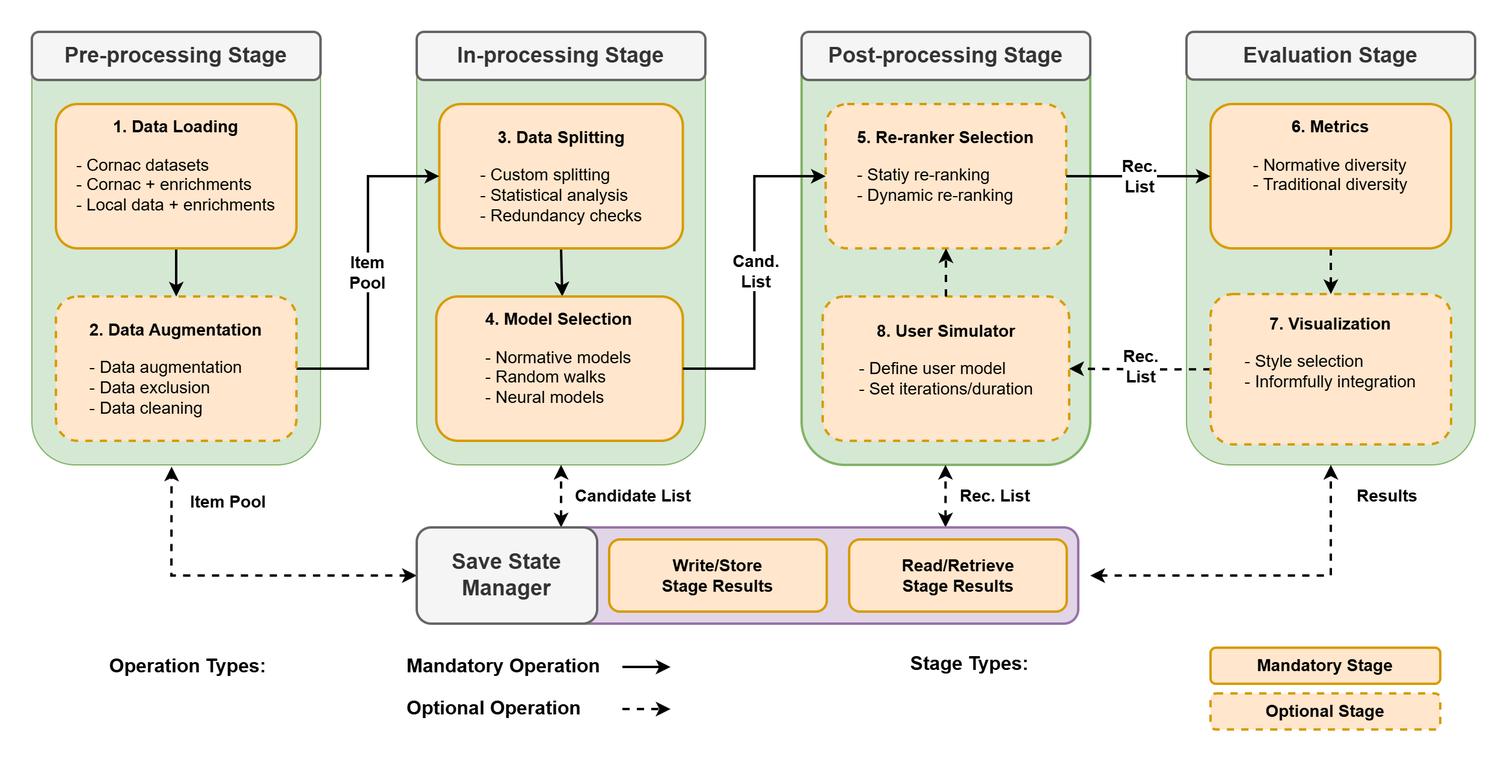
The draw.io diagram docs/source/img/extension_overview.png in Informfully/Documentation, before a commit. Source tidied: cells renumbered, new cells last; positions are measured from the earlier drawing's top-left corner, leaving out a move shared by most shapes.
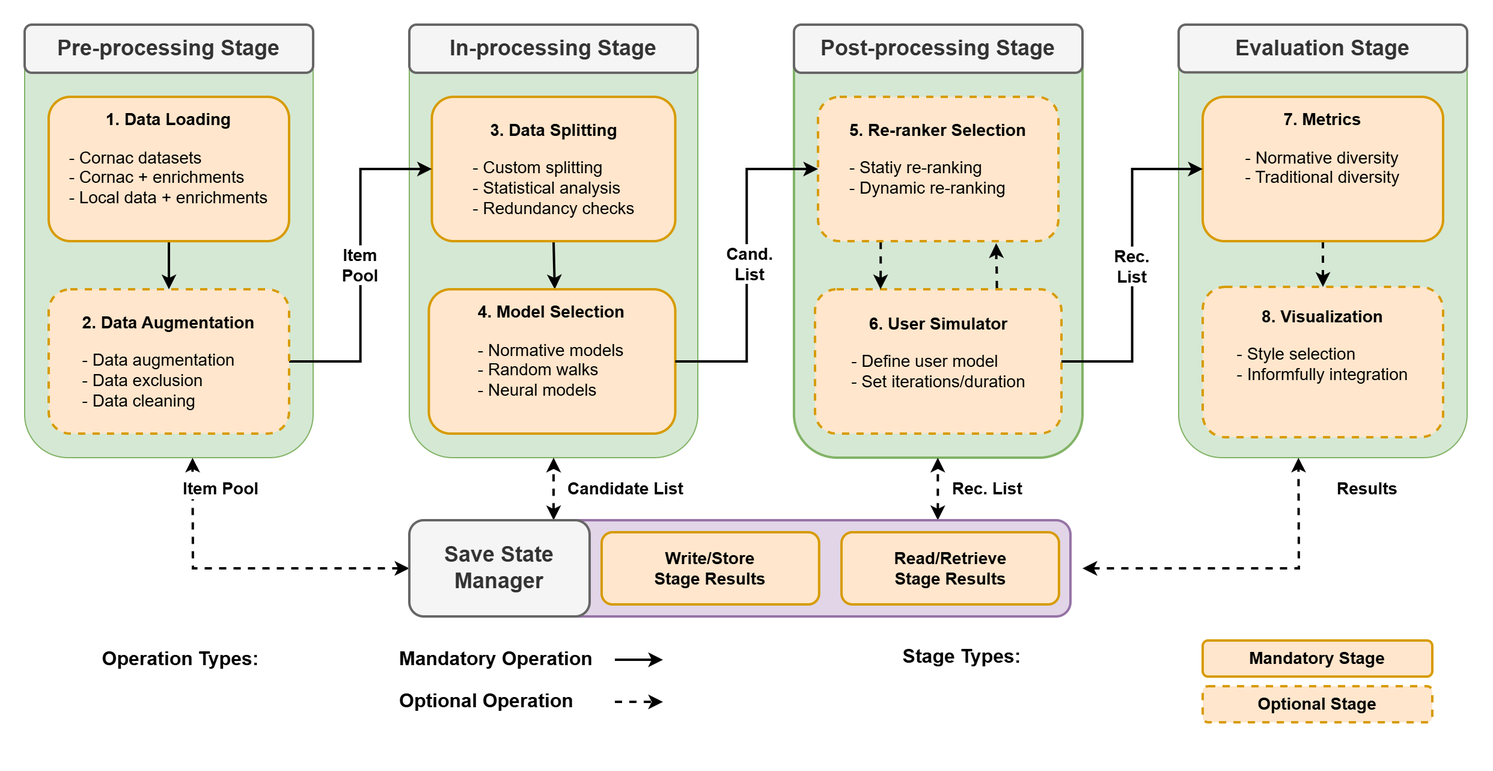
The same file after the commit.

Diff of the diagram source:
```diff
@@ -7,5 +7,5 @@
     </mxCell>
-    <mxCell id="3" style="rounded=1;whiteSpace=wrap;html=1;fillColor=#d5e8d4;strokeColor=#82b366;" parent="2" vertex="1">
-      <mxGeometry width="240" height="360" as="geometry" />
-    </mxCell>
+    <mxCell id="56" style="rounded=1;whiteSpace=wrap;html=1;fillColor=#d5e8d4;strokeColor=#82b366;" parent="2" vertex="1">
+      <mxGeometry width="240" height="360" as="geometry" />
+    </mxCell>
     <mxCell id="4" value="&lt;b&gt;&lt;font style=&quot;font-size: 18px&quot;&gt;Pre-processing Stage&lt;/font&gt;&lt;/b&gt;" style="rounded=1;whiteSpace=wrap;html=1;fillColor=#f5f5f5;strokeColor=#666666;fontColor=#333333;strokeWidth=2;" parent="2" vertex="1">
@@ -31,5 +31,16 @@
     </mxCell>
-    <mxCell id="11" value="&lt;b&gt;&lt;font&gt;&lt;font style=&quot;font-size: 14px&quot;&gt;8. User Simulator&lt;/font&gt;&lt;br&gt;&lt;/font&gt;&lt;/b&gt;&lt;b&gt;&lt;div style=&quot;text-align: left&quot;&gt;&lt;b&gt;&lt;br&gt;&lt;/b&gt;&lt;/div&gt;&lt;div style=&quot;text-align: left&quot;&gt;&lt;span style=&quot;background-color: transparent; color: light-dark(rgb(0, 0, 0), rgb(255, 255, 255)); font-weight: normal;&quot;&gt;&lt;font style=&quot;font-size: 14px;&quot;&gt;- Define user model&lt;/font&gt;&lt;/span&gt;&lt;/div&gt;&lt;/b&gt;&lt;div style=&quot;text-align: left&quot;&gt;&lt;font style=&quot;font-size: 14px;&quot;&gt;- Set iterations/duration&lt;/font&gt;&lt;/div&gt;&lt;div style=&quot;text-align: left&quot;&gt;&lt;br&gt;&lt;/div&gt;" style="rounded=1;whiteSpace=wrap;html=1;fillColor=#ffe6cc;strokeColor=#d79b00;dashed=1;strokeWidth=2;" parent="8" vertex="1">
-      <mxGeometry x="17.5" y="220" width="205" height="120" as="geometry" />
-    </mxCell>
+    <mxCell id="57" value="&lt;b&gt;&lt;font&gt;&lt;font style=&quot;font-size: 14px&quot;&gt;6. User Simulator&lt;/font&gt;&lt;br&gt;&lt;/font&gt;&lt;/b&gt;&lt;b&gt;&lt;div style=&quot;text-align: left&quot;&gt;&lt;b&gt;&lt;br&gt;&lt;/b&gt;&lt;/div&gt;&lt;div style=&quot;text-align: left&quot;&gt;&lt;span style=&quot;background-color: transparent; color: light-dark(rgb(0, 0, 0), rgb(255, 255, 255)); font-weight: normal;&quot;&gt;&lt;font style=&quot;font-size: 14px;&quot;&gt;- Define user model&lt;/font&gt;&lt;/span&gt;&lt;/div&gt;&lt;/b&gt;&lt;div style=&quot;text-align: left&quot;&gt;&lt;font style=&quot;font-size: 14px;&quot;&gt;- Set iterations/duration&lt;/font&gt;&lt;/div&gt;&lt;div style=&quot;text-align: left&quot;&gt;&lt;br&gt;&lt;/div&gt;" style="rounded=1;whiteSpace=wrap;html=1;fillColor=#ffe6cc;strokeColor=#d79b00;dashed=1;strokeWidth=2;" parent="8" vertex="1">
+      <mxGeometry x="17.5" y="220" width="205" height="120" as="geometry" />
+    </mxCell>
+    <mxCell id="58" style="edgeStyle=orthogonalEdgeStyle;rounded=0;orthogonalLoop=1;jettySize=auto;html=1;strokeWidth=2;dashed=1;" parent="8" edge="1">
+      <mxGeometry relative="1" as="geometry">
+        <mxPoint x="72.1" y="180.6" as="sourcePoint" />
+        <mxPoint x="72" y="220" as="targetPoint" />
+      </mxGeometry>
+    </mxCell>
+    <mxCell id="59" style="edgeStyle=orthogonalEdgeStyle;rounded=0;jettySize=auto;html=1;entryX=0.741;entryY=1.014;entryDx=0;entryDy=0;strokeWidth=2;dashed=1;entryPerimeter=0;" parent="8" edge="1" target="23">
+      <mxGeometry relative="1" as="geometry">
+        <mxPoint x="168.8" y="219" as="sourcePoint" />
+      </mxGeometry>
+    </mxCell>
     <mxCell id="12" style="group;strokeWidth=2;" parent="1" vertex="1">
@@ -37,5 +48,5 @@
     </mxCell>
-    <mxCell id="13" style="rounded=1;whiteSpace=wrap;html=1;fillColor=#d5e8d4;strokeColor=#82b366;" parent="12" vertex="1">
-      <mxGeometry width="240" height="360" as="geometry" />
-    </mxCell>
+    <mxCell id="60" style="rounded=1;whiteSpace=wrap;html=1;fillColor=#d5e8d4;strokeColor=#82b366;" parent="12" vertex="1">
+      <mxGeometry width="240" height="360" as="geometry" />
+    </mxCell>
     <mxCell id="14" value="&lt;b&gt;&lt;font style=&quot;font-size: 18px&quot;&gt;In-processing Stage&lt;/font&gt;&lt;/b&gt;" style="rounded=1;whiteSpace=wrap;html=1;fillColor=#f5f5f5;strokeColor=#666666;fontColor=#333333;strokeWidth=2;" parent="12" vertex="1">
@@ -43,10 +54,10 @@
     </mxCell>
-    <mxCell id="15" style="edgeStyle=orthogonalEdgeStyle;rounded=0;jettySize=auto;html=1;exitX=0.5;exitY=1;exitDx=0;exitDy=0;strokeWidth=2;" parent="12" edge="1" source="16">
-      <mxGeometry relative="1" as="geometry">
-        <mxPoint x="121" y="220" as="targetPoint" />
-        <Array as="points">
-          <mxPoint x="121" y="180" />
-        </Array>
-      </mxGeometry>
-    </mxCell>
+    <mxCell id="61" style="edgeStyle=orthogonalEdgeStyle;rounded=0;jettySize=auto;html=1;exitX=0.5;exitY=1;exitDx=0;exitDy=0;strokeWidth=2;" parent="12" edge="1" source="16">
+      <mxGeometry relative="1" as="geometry">
+        <mxPoint x="121" y="220" as="targetPoint" />
+        <Array as="points">
+          <mxPoint x="121" y="180" />
+        </Array>
+      </mxGeometry>
+    </mxCell>
     <mxCell id="16" value="&lt;b&gt;&lt;font style=&quot;font-size: 14px&quot;&gt;3. Data Splitting&lt;/font&gt;&lt;/b&gt;&lt;br&gt;&lt;br&gt;&lt;div style=&quot;text-align: left;&quot;&gt;&lt;font style=&quot;font-size: 14px;&quot;&gt;- Custom splitting&lt;/font&gt;&lt;/div&gt;&lt;div style=&quot;text-align: left;&quot;&gt;&lt;font style=&quot;font-size: 14px;&quot;&gt;- Statistical analysis&lt;/font&gt;&lt;/div&gt;&lt;div style=&quot;text-align: left&quot;&gt;&lt;div&gt;&lt;font style=&quot;font-size: 14px;&quot;&gt;- Redundancy checks&lt;/font&gt;&lt;/div&gt;&lt;/div&gt;" style="rounded=1;whiteSpace=wrap;html=1;fillColor=#ffe6cc;strokeColor=#d79b00;strokeWidth=2;" parent="12" vertex="1">
@@ -57,19 +68,11 @@
     </mxCell>
-    <mxCell id="18" style="edgeStyle=orthogonalEdgeStyle;rounded=0;jettySize=auto;html=1;exitX=0.5;exitY=1;exitDx=0;exitDy=0;entryX=0.5;entryY=0;entryDx=0;entryDy=0;strokeWidth=2;dashed=1;" parent="1" edge="1" source="19" target="22">
-      <mxGeometry relative="1" as="geometry" />
-    </mxCell>
-    <mxCell id="19" value="&lt;font style=&quot;font-weight: bold ; font-size: 14px&quot;&gt;6. Metrics&lt;/font&gt;&lt;br&gt;&lt;br&gt;&lt;div style=&quot;text-align: left&quot;&gt;&lt;span style=&quot;background-color: transparent; color: light-dark(rgb(0, 0, 0), rgb(255, 255, 255));&quot;&gt;&lt;font style=&quot;font-size: 14px;&quot;&gt;- Normative diversity&lt;/font&gt;&lt;/span&gt;&lt;/div&gt;&lt;div style=&quot;text-align: left&quot;&gt;&lt;span style=&quot;font-size: 14px;&quot;&gt;- Traditional diversity&lt;/span&gt;&lt;/div&gt;&lt;div style=&quot;text-align: left&quot;&gt;&lt;span style=&quot;font-size: 14px;&quot;&gt;&lt;br&gt;&lt;/span&gt;&lt;/div&gt;&lt;div style=&quot;text-align: left&quot;&gt;&lt;span style=&quot;font-size: 14px;&quot;&gt;&lt;br&gt;&lt;/span&gt;&lt;/div&gt;" style="rounded=1;whiteSpace=wrap;html=1;fillColor=#ffe6cc;strokeColor=#d79b00;strokeWidth=2;" parent="1" vertex="1">
-      <mxGeometry x="980" y="60" width="200" height="120" as="geometry" />
-    </mxCell>
-    <mxCell id="20" style="edgeStyle=orthogonalEdgeStyle;rounded=0;jettySize=auto;html=1;exitX=0;exitY=0.5;exitDx=0;exitDy=0;entryX=1;entryY=0.5;entryDx=0;entryDy=0;strokeWidth=2;dashed=1;" parent="1" edge="1" source="22" target="11">
-      <mxGeometry relative="1" as="geometry" />
-    </mxCell>
-    <mxCell id="21" value="&lt;span style=&quot;font-size: 14px; font-weight: 700;&quot;&gt;Rec.&lt;/span&gt;&lt;br style=&quot;font-size: 14px; font-weight: 700;&quot;&gt;&lt;span style=&quot;font-size: 14px; font-weight: 700;&quot;&gt;List&lt;/span&gt;" style="edgeLabel;html=1;align=center;verticalAlign=middle;" parent="20" vertex="1">
-      <mxGeometry x="0.01" y="-3" relative="1" as="geometry">
-        <mxPoint x="1" as="offset" />
-      </mxGeometry>
-    </mxCell>
-    <mxCell id="22" value="&lt;font style=&quot;font-weight: bold ; font-size: 14px&quot;&gt;7. Visualization&lt;/font&gt;&lt;br&gt;&lt;br&gt;&lt;div style=&quot;text-align: left&quot;&gt;&lt;span style=&quot;background-color: transparent; color: light-dark(rgb(0, 0, 0), rgb(255, 255, 255));&quot;&gt;&lt;font style=&quot;font-size: 14px;&quot;&gt;- Style selection&lt;/font&gt;&lt;/span&gt;&lt;/div&gt;&lt;div style=&quot;text-align: left&quot;&gt;&lt;span style=&quot;background-color: transparent; color: light-dark(rgb(0, 0, 0), rgb(255, 255, 255));&quot;&gt;&lt;font style=&quot;font-size: 14px;&quot;&gt;- Informfully integration&lt;/font&gt;&lt;/span&gt;&lt;/div&gt;&lt;div style=&quot;text-align: left&quot;&gt;&lt;span&gt;&lt;br&gt;&lt;/span&gt;&lt;/div&gt;&lt;div style=&quot;text-align: left&quot;&gt;&lt;span&gt;&lt;br&gt;&lt;/span&gt;&lt;/div&gt;" style="rounded=1;whiteSpace=wrap;html=1;fillColor=#ffe6cc;strokeColor=#d79b00;strokeWidth=2;dashed=1;" parent="1" vertex="1">
-      <mxGeometry x="980" y="218" width="200" height="125" as="geometry" />
-    </mxCell>
+    <mxCell id="62" style="edgeStyle=orthogonalEdgeStyle;rounded=0;jettySize=auto;html=1;exitX=0.5;exitY=1;exitDx=0;exitDy=0;entryX=0.5;entryY=0;entryDx=0;entryDy=0;strokeWidth=2;dashed=1;" parent="1" edge="1" source="63" target="64">
+      <mxGeometry relative="1" as="geometry" />
+    </mxCell>
+    <mxCell id="63" value="&lt;font style=&quot;font-weight: bold ; font-size: 14px&quot;&gt;7. Metrics&lt;/font&gt;&lt;br&gt;&lt;br&gt;&lt;div style=&quot;text-align: left&quot;&gt;&lt;span style=&quot;background-color: transparent; color: light-dark(rgb(0, 0, 0), rgb(255, 255, 255));&quot;&gt;&lt;font style=&quot;font-size: 14px;&quot;&gt;- Normative diversity&lt;/font&gt;&lt;/span&gt;&lt;/div&gt;&lt;div style=&quot;text-align: left&quot;&gt;&lt;span style=&quot;font-size: 14px;&quot;&gt;- Traditional diversity&lt;/span&gt;&lt;/div&gt;&lt;div style=&quot;text-align: left&quot;&gt;&lt;span style=&quot;font-size: 14px;&quot;&gt;&lt;br&gt;&lt;/span&gt;&lt;/div&gt;&lt;div style=&quot;text-align: left&quot;&gt;&lt;span style=&quot;font-size: 14px;&quot;&gt;&lt;br&gt;&lt;/span&gt;&lt;/div&gt;" style="rounded=1;whiteSpace=wrap;html=1;fillColor=#ffe6cc;strokeColor=#d79b00;strokeWidth=2;" parent="1" vertex="1">
+      <mxGeometry x="980" y="60" width="200" height="120" as="geometry" />
+    </mxCell>
+    <mxCell id="64" value="&lt;font style=&quot;font-weight: bold ; font-size: 14px&quot;&gt;8. Visualization&lt;/font&gt;&lt;br&gt;&lt;br&gt;&lt;div style=&quot;text-align: left&quot;&gt;&lt;span style=&quot;background-color: transparent; color: light-dark(rgb(0, 0, 0), rgb(255, 255, 255));&quot;&gt;&lt;font style=&quot;font-size: 14px;&quot;&gt;- Style selection&lt;/font&gt;&lt;/span&gt;&lt;/div&gt;&lt;div style=&quot;text-align: left&quot;&gt;&lt;span style=&quot;background-color: transparent; color: light-dark(rgb(0, 0, 0), rgb(255, 255, 255));&quot;&gt;&lt;font style=&quot;font-size: 14px;&quot;&gt;- Informfully integration&lt;/font&gt;&lt;/span&gt;&lt;/div&gt;&lt;div style=&quot;text-align: left&quot;&gt;&lt;span&gt;&lt;br&gt;&lt;/span&gt;&lt;/div&gt;&lt;div style=&quot;text-align: left&quot;&gt;&lt;span&gt;&lt;br&gt;&lt;/span&gt;&lt;/div&gt;" style="rounded=1;whiteSpace=wrap;html=1;fillColor=#ffe6cc;strokeColor=#d79b00;strokeWidth=2;dashed=1;" parent="1" vertex="1">
+      <mxGeometry x="980" y="218" width="200" height="125" as="geometry" />
+    </mxCell>
     <mxCell id="23" value="&lt;b&gt;&lt;font style=&quot;font-size: 14px&quot;&gt;5. Re-ranker Selection&lt;/font&gt;&lt;/b&gt;&lt;br&gt;&lt;br&gt;&lt;div style=&quot;text-align: left;&quot;&gt;&lt;font style=&quot;font-size: 14px;&quot;&gt;&lt;span style=&quot;font-weight: normal; background-color: transparent; color: light-dark(rgb(0, 0, 0), rgb(255, 255, 255));&quot;&gt;-&amp;nbsp;&lt;/span&gt;&lt;span style=&quot;background-color: transparent; color: light-dark(rgb(0, 0, 0), rgb(255, 255, 255));&quot;&gt;Statiy re-ranking&lt;/span&gt;&lt;/font&gt;&lt;/div&gt;&lt;div style=&quot;text-align: left;&quot;&gt;&lt;span style=&quot;font-weight: normal; background-color: transparent; color: light-dark(rgb(0, 0, 0), rgb(255, 255, 255));&quot;&gt;&lt;font style=&quot;font-size: 14px;&quot;&gt;- Dynamic re-ranking&lt;/font&gt;&lt;/span&gt;&lt;/div&gt;&lt;div style=&quot;text-align: left&quot;&gt;&lt;font style=&quot;font-size: 14px;&quot;&gt;&lt;br&gt;&lt;/font&gt;&lt;/div&gt;" style="rounded=1;whiteSpace=wrap;html=1;fillColor=#ffe6cc;strokeColor=#d79b00;dashed=1;strokeWidth=2;" parent="1" vertex="1">
@@ -89,6 +92,6 @@
     </mxCell>
-    <mxCell id="28" style="edgeStyle=orthogonalEdgeStyle;rounded=0;jettySize=auto;html=1;exitX=1;exitY=0.5;exitDx=0;exitDy=0;entryX=0;entryY=0.5;entryDx=0;entryDy=0;strokeWidth=2;" parent="1" edge="1" source="23" target="19">
-      <mxGeometry relative="1" as="geometry" />
-    </mxCell>
+    <mxCell id="65" style="edgeStyle=orthogonalEdgeStyle;rounded=0;jettySize=auto;html=1;exitX=1;exitY=0.5;exitDx=0;exitDy=0;entryX=0;entryY=0.5;entryDx=0;entryDy=0;strokeWidth=2;" parent="1" edge="1" source="57" target="63">
+      <mxGeometry relative="1" as="geometry" />
+    </mxCell>
-    <mxCell id="29" value="Rec.&lt;br&gt;List" style="edgeLabel;html=1;align=center;verticalAlign=middle;fontSize=14;fontStyle=1;" parent="28" vertex="1">
+    <mxCell id="29" value="Rec.&lt;br&gt;List" style="edgeLabel;html=1;align=center;verticalAlign=middle;fontSize=14;fontStyle=1;" parent="65" vertex="1">
       <mxGeometry y="1" relative="1" as="geometry" />
@@ -106,32 +109,33 @@
     </mxCell>
-    <mxCell id="33" style="endArrow=classic;startArrow=classic;html=1;rounded=0;entryX=0.5;entryY=1;entryDx=0;entryDy=0;strokeWidth=2;dashed=1;" parent="1" edge="1" target="13">
-      <mxGeometry relative="1" as="geometry">
-        <mxPoint x="440" y="412" as="sourcePoint" />
-      </mxGeometry>
-    </mxCell>
-    <mxCell id="34" style="endArrow=classic;startArrow=classic;html=1;rounded=0;entryX=0.5;entryY=1;entryDx=0;entryDy=0;strokeWidth=2;dashed=1;" parent="1" edge="1">
-      <mxGeometry relative="1" as="geometry">
-        <mxPoint x="759.7" y="412" as="sourcePoint" />
-        <mxPoint x="759.7" y="360" as="targetPoint" />
-      </mxGeometry>
-    </mxCell>
-    <mxCell id="35" style="endArrow=classic;startArrow=classic;html=1;rounded=0;strokeWidth=2;dashed=1;exitX=1;exitY=0.5;exitDx=0;exitDy=0;" parent="1" edge="1">
-      <mxGeometry relative="1" as="geometry">
-        <mxPoint x="880" y="452" as="sourcePoint" />
-        <mxPoint x="1080" y="360" as="targetPoint" />
-        <Array as="points">
-          <mxPoint x="1080" y="452" />
-        </Array>
-      </mxGeometry>
-    </mxCell>
-    <mxCell id="36" style="endArrow=classic;startArrow=classic;html=1;rounded=0;entryX=0.484;entryY=1.004;entryDx=0;entryDy=0;strokeWidth=2;dashed=1;exitX=0;exitY=0.5;exitDx=0;exitDy=0;entryPerimeter=0;" parent="1" edge="1" source="39" target="3">
-      <mxGeometry relative="1" as="geometry">
-        <Array as="points">
-          <mxPoint x="116" y="452" />
-        </Array>
-      </mxGeometry>
-    </mxCell>
+    <mxCell id="66" style="endArrow=classic;startArrow=classic;html=1;rounded=0;entryX=0.5;entryY=1;entryDx=0;entryDy=0;strokeWidth=2;dashed=1;" parent="1" edge="1" target="60">
+      <mxGeometry relative="1" as="geometry">
+        <mxPoint x="440" y="412" as="sourcePoint" />
+      </mxGeometry>
+    </mxCell>
+    <mxCell id="67" style="endArrow=classic;startArrow=classic;html=1;rounded=0;entryX=0.5;entryY=1;entryDx=0;entryDy=0;strokeWidth=2;dashed=1;" parent="1" edge="1">
+      <mxGeometry relative="1" as="geometry">
+        <mxPoint x="759.7" y="412" as="sourcePoint" />
+        <mxPoint x="759.7" y="360" as="targetPoint" />
+      </mxGeometry>
+    </mxCell>
+    <mxCell id="68" style="endArrow=classic;startArrow=classic;html=1;rounded=0;entryX=0.5;entryY=1;entryDx=0;entryDy=0;strokeWidth=2;dashed=1;exitX=1;exitY=0.5;exitDx=0;exitDy=0;" parent="1" edge="1">
+      <mxGeometry relative="1" as="geometry">
+        <mxPoint x="880" y="452" as="sourcePoint" />
+        <mxPoint x="1059.7" y="360" as="targetPoint" />
+        <Array as="points">
+          <mxPoint x="1060" y="452" />
+        </Array>
+      </mxGeometry>
+    </mxCell>
+    <mxCell id="69" style="endArrow=classic;startArrow=classic;html=1;rounded=0;entryX=0.5;entryY=1;entryDx=0;entryDy=0;strokeWidth=2;dashed=1;exitX=0;exitY=0.5;exitDx=0;exitDy=0;" parent="1" edge="1" source="39">
+      <mxGeometry relative="1" as="geometry">
+        <mxPoint x="139.7" y="360" as="targetPoint" />
+        <Array as="points">
+          <mxPoint x="140" y="452" />
+        </Array>
+      </mxGeometry>
+    </mxCell>
-    <mxCell id="37" value="&lt;font style=&quot;font-size: 14px;&quot;&gt;&lt;b&gt;Item Pool&lt;/b&gt;&lt;/font&gt;" style="edgeLabel;html=1;align=left;verticalAlign=middle;" parent="36" vertex="1">
+    <mxCell id="37" value="&lt;font style=&quot;font-size: 14px;&quot;&gt;&lt;b&gt;Item Pool&lt;/b&gt;&lt;/font&gt;" style="edgeLabel;html=1;align=left;verticalAlign=middle;" parent="69" vertex="1">
       <mxGeometry x="0.78" y="1" relative="1" as="geometry">
-        <mxPoint x="15" y="-4" as="offset" />
+        <mxPoint x="-9" y="-5" as="offset" />
       </mxGeometry>
@@ -159,8 +163,8 @@
     </mxCell>
-    <mxCell id="45" style="endArrow=classic;html=1;rounded=0;strokeWidth=2;" parent="42" edge="1">
-      <mxGeometry relative="1" as="geometry">
-        <mxPoint x="171" y="18" as="sourcePoint" />
-        <mxPoint x="211" y="18" as="targetPoint" />
-      </mxGeometry>
-    </mxCell>
+    <mxCell id="70" style="endArrow=classic;html=1;rounded=0;strokeWidth=2;" parent="42" edge="1">
+      <mxGeometry relative="1" as="geometry">
+        <mxPoint x="171" y="18" as="sourcePoint" />
+        <mxPoint x="211" y="18" as="targetPoint" />
+      </mxGeometry>
+    </mxCell>
     <mxCell id="46" value="&lt;font style=&quot;font-size: 16px;&quot;&gt;&lt;b style=&quot;&quot;&gt;Mandatory Operation&lt;/b&gt;&lt;/font&gt;" style="text;html=1;align=left;verticalAlign=middle;whiteSpace=wrap;rounded=0;" parent="42" vertex="1">
@@ -171,8 +175,8 @@
     </mxCell>
-    <mxCell id="48" style="endArrow=classic;html=1;rounded=0;strokeWidth=2;dashed=1;" parent="47" edge="1">
-      <mxGeometry relative="1" as="geometry">
-        <mxPoint x="151" y="16" as="sourcePoint" />
-        <mxPoint x="191" y="16" as="targetPoint" />
-      </mxGeometry>
-    </mxCell>
+    <mxCell id="71" style="endArrow=classic;html=1;rounded=0;strokeWidth=2;dashed=1;" parent="47" edge="1">
+      <mxGeometry relative="1" as="geometry">
+        <mxPoint x="151" y="16" as="sourcePoint" />
+        <mxPoint x="191" y="16" as="targetPoint" />
+      </mxGeometry>
+    </mxCell>
     <mxCell id="49" value="&lt;font style=&quot;font-size: 16px;&quot;&gt;&lt;b style=&quot;&quot;&gt;Optional Operation&lt;/b&gt;&lt;/font&gt;" style="text;html=1;align=left;verticalAlign=middle;whiteSpace=wrap;rounded=0;" parent="47" vertex="1">
@@ -186,5 +190,2 @@
     </mxCell>
-    <mxCell id="52" style="edgeStyle=orthogonalEdgeStyle;rounded=0;jettySize=auto;html=1;exitX=0.5;exitY=0;exitDx=0;exitDy=0;entryX=0.5;entryY=1;entryDx=0;entryDy=0;strokeWidth=2;dashed=1;" parent="1" edge="1" source="11" target="23">
-      <mxGeometry relative="1" as="geometry" />
-    </mxCell>
     <mxCell id="53" value="&lt;font style=&quot;font-size: 14px;&quot;&gt;&lt;b&gt;Candidate List&lt;/b&gt;&lt;/font&gt;" style="edgeLabel;html=1;align=left;verticalAlign=middle;" parent="1" vertex="1">
@@ -196,3 +197,3 @@
     <mxCell id="55" value="&lt;font style=&quot;font-size: 14px;&quot;&gt;&lt;b&gt;Results&lt;/b&gt;&lt;/font&gt;" style="edgeLabel;html=1;align=left;verticalAlign=middle;" parent="1" vertex="1">
-      <mxGeometry x="1100" y="385" as="geometry" />
+      <mxGeometry x="1090" y="385" as="geometry" />
     </mxCell>
```
